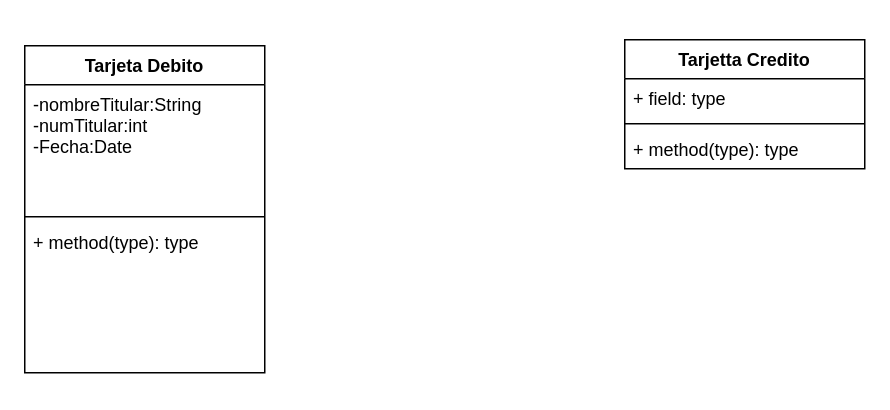
This is Diagrama sin título.drawio from NicoOlivera1/shiny-palm-tree, a draw.io file, before an edit. Source tidied: cells renumbered, new cells numbered last; positions are measured from the earlier drawing's top-left corner, leaving out a move shared by most shapes. Both pictures are drawn from the tidied source at 150%, with x=0, y=0 at pixel (24, 39).
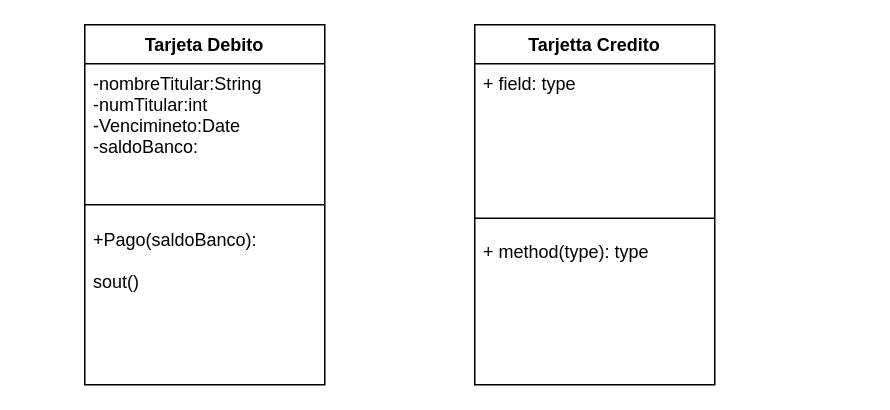
Above is the later version.

Change to the diagram source:
```diff
@@
 <mxGraphModel>
   <root>
     <mxCell id="0" />
     <mxCell id="1" parent="0" />
     <mxCell id="2" value="Tarjeta Debito" style="swimlane;fontStyle=1;align=center;verticalAlign=top;horizontal=1;startSize=26;" parent="1" vertex="1">
-      <mxGeometry y="4" width="160" height="218" as="geometry" />
+      <mxGeometry x="40" y="-10" width="160" height="240" as="geometry" />
     </mxCell>
-    <mxCell id="3" value="-nombreTitular:String&#10;-numTitular:int&#10;-Fecha:Date" style="text;strokeColor=none;fillColor=none;align=left;verticalAlign=top;spacingLeft=4;spacingRight=4;overflow=hidden;" parent="2" vertex="1">
+    <mxCell id="3" value="-nombreTitular:String&#10;-numTitular:int&#10;-Vencimineto:Date&#10;-saldoBanco:" style="text;strokeColor=none;fillColor=none;align=left;verticalAlign=top;spacingLeft=4;spacingRight=4;overflow=hidden;" parent="2" vertex="1">
       <mxGeometry y="26" width="160" height="84" as="geometry" />
     </mxCell>
     <mxCell id="4" style="line;strokeWidth=1;fillColor=none;align=left;verticalAlign=middle;spacingTop=-1;spacingLeft=3;spacingRight=3;labelPosition=right;strokeColor=inherit;" parent="2" vertex="1">
-      <mxGeometry y="110" width="160" height="8" as="geometry" />
+      <mxGeometry y="110" width="160" height="20" as="geometry" />
     </mxCell>
-    <mxCell id="5" value="+ method(type): type" style="text;strokeColor=none;fillColor=none;align=left;verticalAlign=top;spacingLeft=4;spacingRight=4;overflow=hidden;" parent="2" vertex="1">
-      <mxGeometry y="118" width="160" height="100" as="geometry" />
+    <mxCell id="5" value="+Pago(saldoBanco):&#10;&#10;sout()" style="text;strokeColor=none;fillColor=none;align=left;verticalAlign=top;spacingLeft=4;spacingRight=4;overflow=hidden;" parent="2" vertex="1">
+      <mxGeometry y="130" width="160" height="110" as="geometry" />
     </mxCell>
     <mxCell id="6" value="Tarjetta Credito" style="swimlane;fontStyle=1;align=center;verticalAlign=top;horizontal=1;startSize=26;" parent="1" vertex="1">
-      <mxGeometry x="400" width="160" height="86" as="geometry" />
+      <mxGeometry x="300" y="-10" width="160" height="240" as="geometry" />
     </mxCell>
     <mxCell id="7" value="+ field: type" style="text;strokeColor=none;fillColor=none;align=left;verticalAlign=top;spacingLeft=4;spacingRight=4;overflow=hidden;" parent="6" vertex="1">
-      <mxGeometry y="26" width="160" height="26" as="geometry" />
+      <mxGeometry y="26" width="160" height="94" as="geometry" />
     </mxCell>
     <mxCell id="8" style="line;strokeWidth=1;fillColor=none;align=left;verticalAlign=middle;spacingTop=-1;spacingLeft=3;spacingRight=3;labelPosition=right;strokeColor=inherit;" parent="6" vertex="1">
-      <mxGeometry y="52" width="160" height="8" as="geometry" />
+      <mxGeometry y="120" width="160" height="18" as="geometry" />
     </mxCell>
     <mxCell id="9" value="+ method(type): type" style="text;strokeColor=none;fillColor=none;align=left;verticalAlign=top;spacingLeft=4;spacingRight=4;overflow=hidden;" parent="6" vertex="1">
-      <mxGeometry y="60" width="160" height="26" as="geometry" />
+      <mxGeometry y="138" width="160" height="102" as="geometry" />
     </mxCell>
   </root>
 </mxGraphModel>
```
